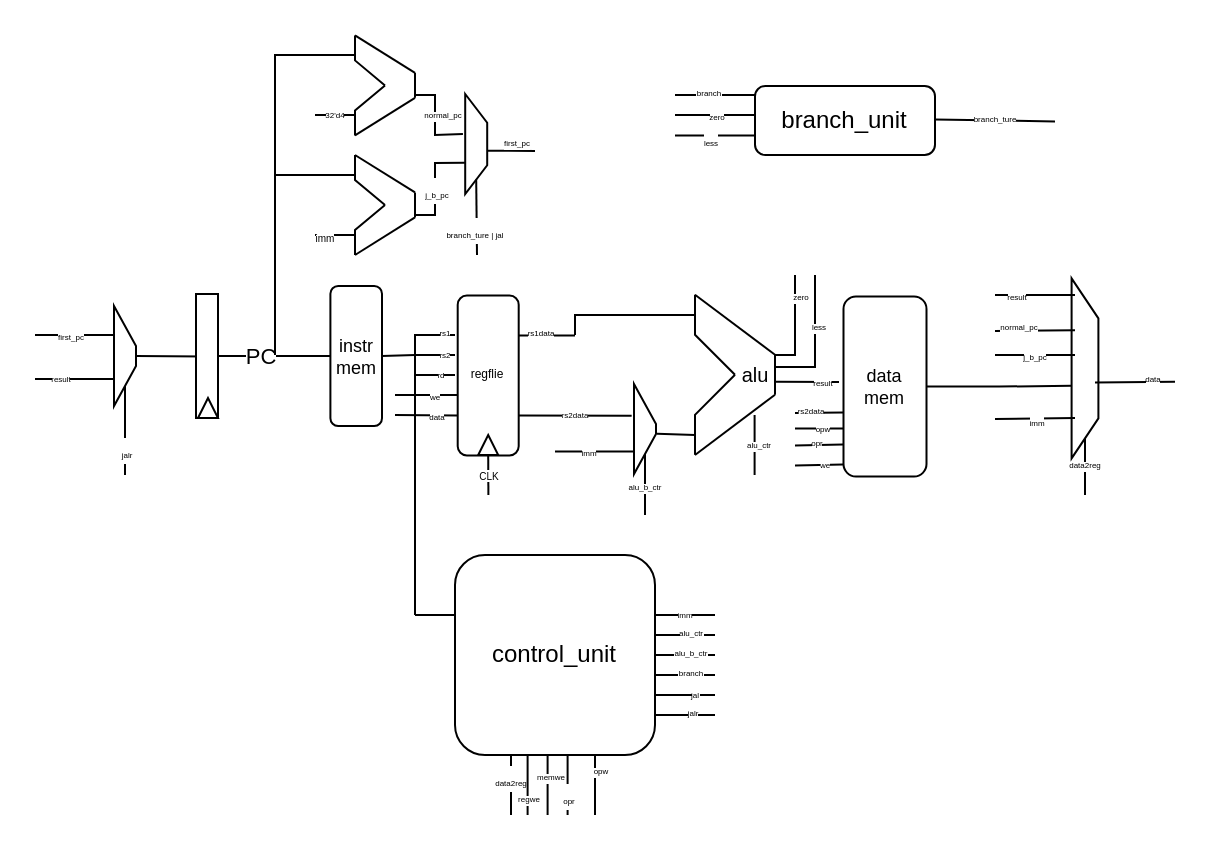
This is single_cycle_rv32i.drawio from kanosukii/rvcore_1stage, a draw.io file, before an edit. Source tidied: cells renumbered, new cells numbered last; positions are measured from the earlier drawing's top-left corner, leaving out a move shared by most shapes. Both pictures are drawn from the tidied source at 200%, with x=0, y=0 at pixel (34, 34).
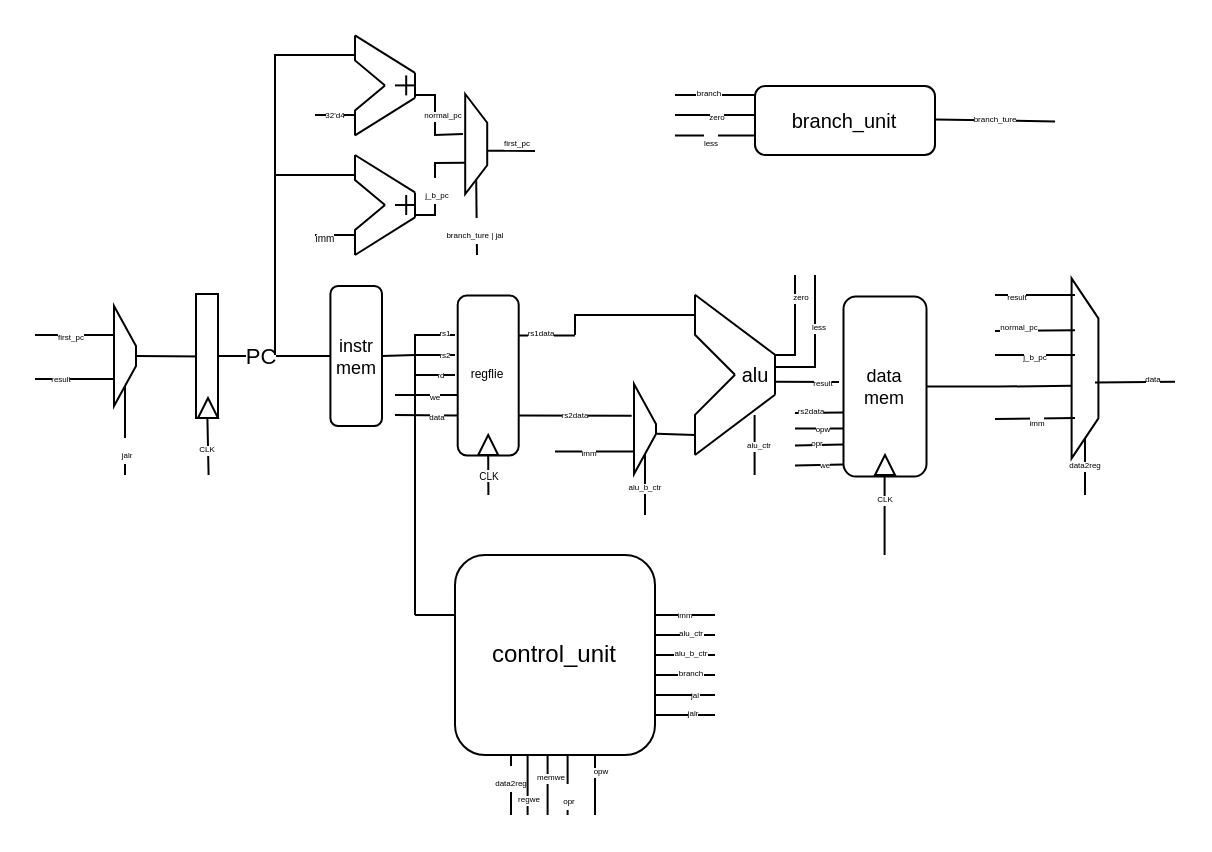
The same page after the edit.

The change refers to these unchanged cells:
```xml
<mxCell id="67" style="group;" parent="1" vertex="1">
  <mxGeometry x="160" y="0.2" width="30" height="50" as="geometry" />
</mxCell>
<mxCell id="73" style="group;" parent="1" vertex="1">
  <mxGeometry x="160" y="60" width="30" height="50" as="geometry" />
</mxCell>
```

The edit, as a diff of the source:
```diff
@@
+    <mxCell id="139" style="group;" parent="67" vertex="1">
+      <mxGeometry x="20" y="20" width="10" height="10" as="geometry" />
+    </mxCell>
+    <mxCell id="140" style="endArrow=none;html=1;rounded=0;" parent="139" edge="1">
+      <mxGeometry relative="1" as="geometry">
+        <mxPoint y="5" as="sourcePoint" />
+        <mxPoint x="10" y="5" as="targetPoint" />
+      </mxGeometry>
+    </mxCell>
+    <mxCell id="141" style="endArrow=none;html=1;rounded=0;" parent="139" edge="1">
+      <mxGeometry relative="1" as="geometry">
+        <mxPoint x="5.6" y="10" as="sourcePoint" />
+        <mxPoint x="5.6" as="targetPoint" />
+      </mxGeometry>
+    </mxCell>
@@
+    <mxCell id="142" style="group;" parent="73" vertex="1">
+      <mxGeometry x="20" y="20" width="10" height="10" as="geometry" />
+    </mxCell>
+    <mxCell id="143" style="endArrow=none;html=1;rounded=0;" parent="142" edge="1">
+      <mxGeometry relative="1" as="geometry">
+        <mxPoint y="5" as="sourcePoint" />
+        <mxPoint x="10" y="5" as="targetPoint" />
+      </mxGeometry>
+    </mxCell>
+    <mxCell id="144" style="endArrow=none;html=1;rounded=0;" parent="142" edge="1">
+      <mxGeometry relative="1" as="geometry">
+        <mxPoint x="5.6" y="10" as="sourcePoint" />
+        <mxPoint x="5.6" as="targetPoint" />
+      </mxGeometry>
+    </mxCell>
@@
-    <mxCell id="106" value="branch_unit" style="rounded=1;whiteSpace=wrap;html=1;" parent="1" vertex="1">
+    <mxCell id="106" value="&lt;font style=&quot;font-size: 10px;&quot;&gt;branch_unit&lt;/font&gt;" style="rounded=1;whiteSpace=wrap;html=1;" parent="1" vertex="1">
       <mxGeometry x="360" y="25.5" width="90" height="34.5" as="geometry" />
     </mxCell>
@@
+    <mxCell id="145" style="triangle;whiteSpace=wrap;html=1;rotation=-90;" parent="1" vertex="1">
+      <mxGeometry x="420" y="210" width="10" height="10" as="geometry" />
+    </mxCell>
+    <mxCell id="146" style="endArrow=none;html=1;rounded=0;" parent="1" edge="1">
+      <mxGeometry relative="1" as="geometry">
+        <mxPoint x="424.8" y="260" as="sourcePoint" />
+        <mxPoint x="424.8" y="220" as="targetPoint" />
+      </mxGeometry>
+    </mxCell>
+    <mxCell id="147" value="CLK" style="edgeLabel;html=1;align=center;verticalAlign=middle;fontSize=4;" parent="146" vertex="1">
+      <mxGeometry x="0.38" relative="1" as="geometry" />
+    </mxCell>
+    <mxCell id="148" style="endArrow=none;html=1;rounded=0;" parent="1" edge="1">
+      <mxGeometry relative="1" as="geometry">
+        <mxPoint x="86.8" y="220" as="sourcePoint" />
+        <mxPoint x="86.2" y="191.5" as="targetPoint" />
+      </mxGeometry>
+    </mxCell>
+    <mxCell id="149" value="CLK" style="edgeLabel;html=1;align=center;verticalAlign=middle;fontSize=4;" parent="148" vertex="1">
+      <mxGeometry x="-0.12" y="1" relative="1" as="geometry" />
+    </mxCell>
```
